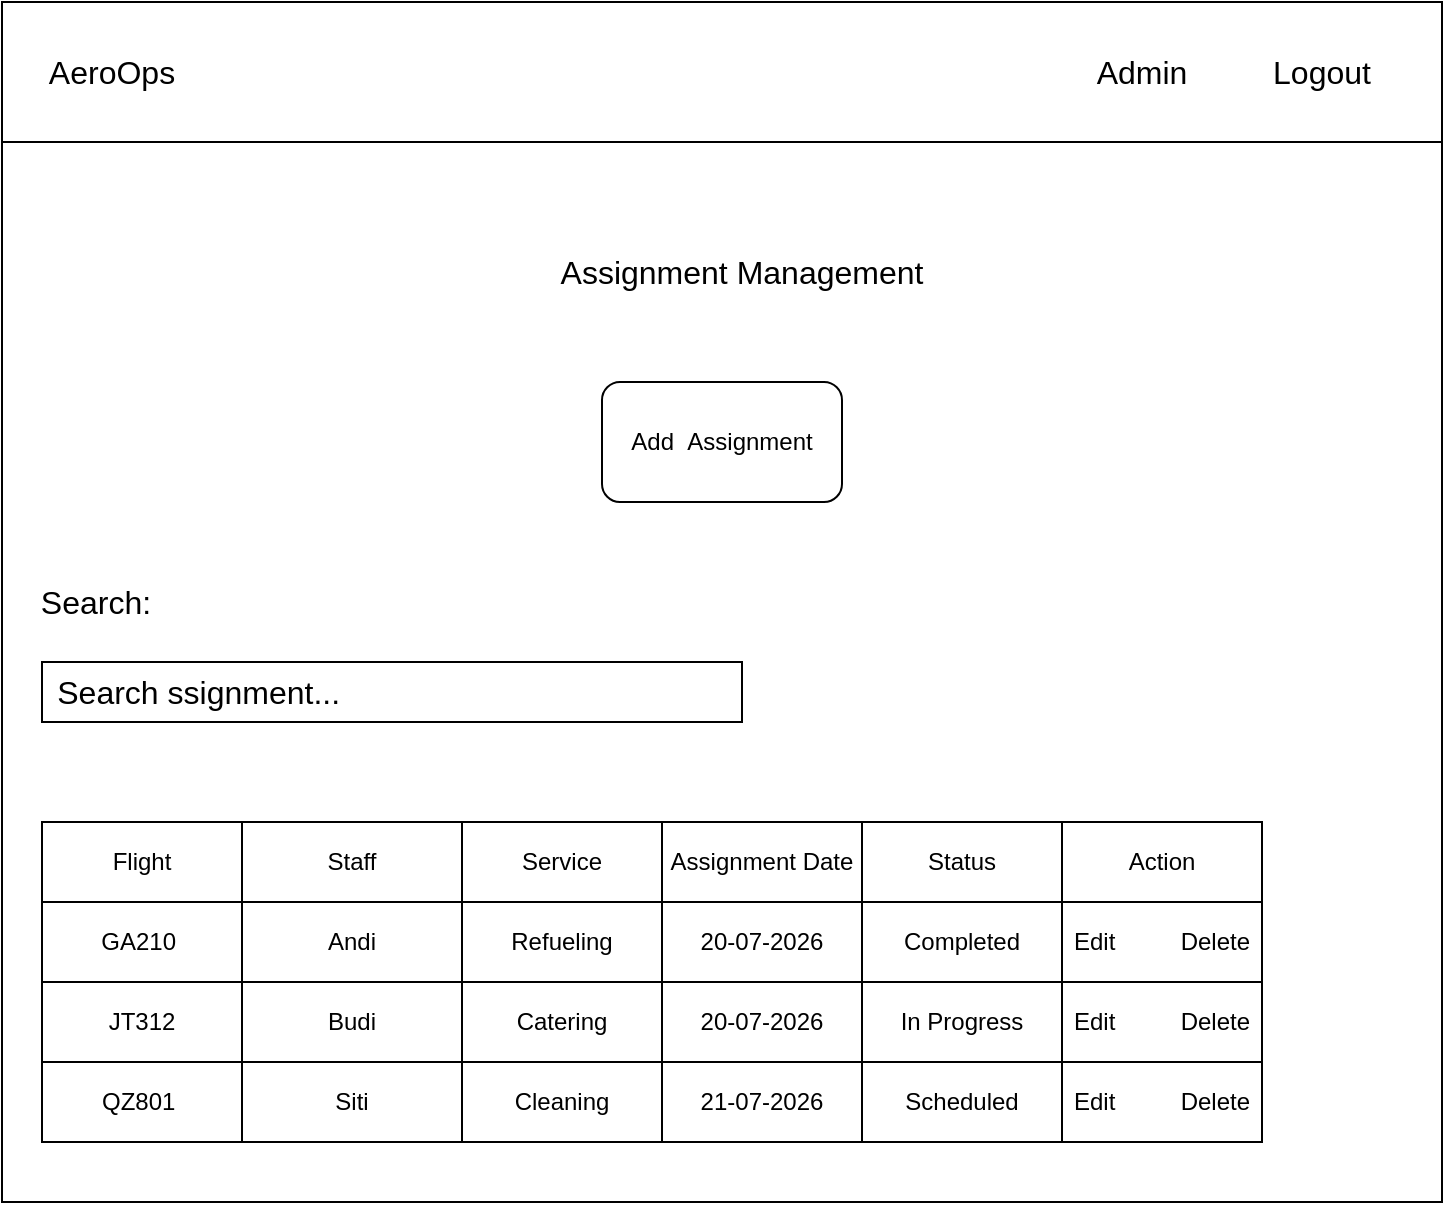
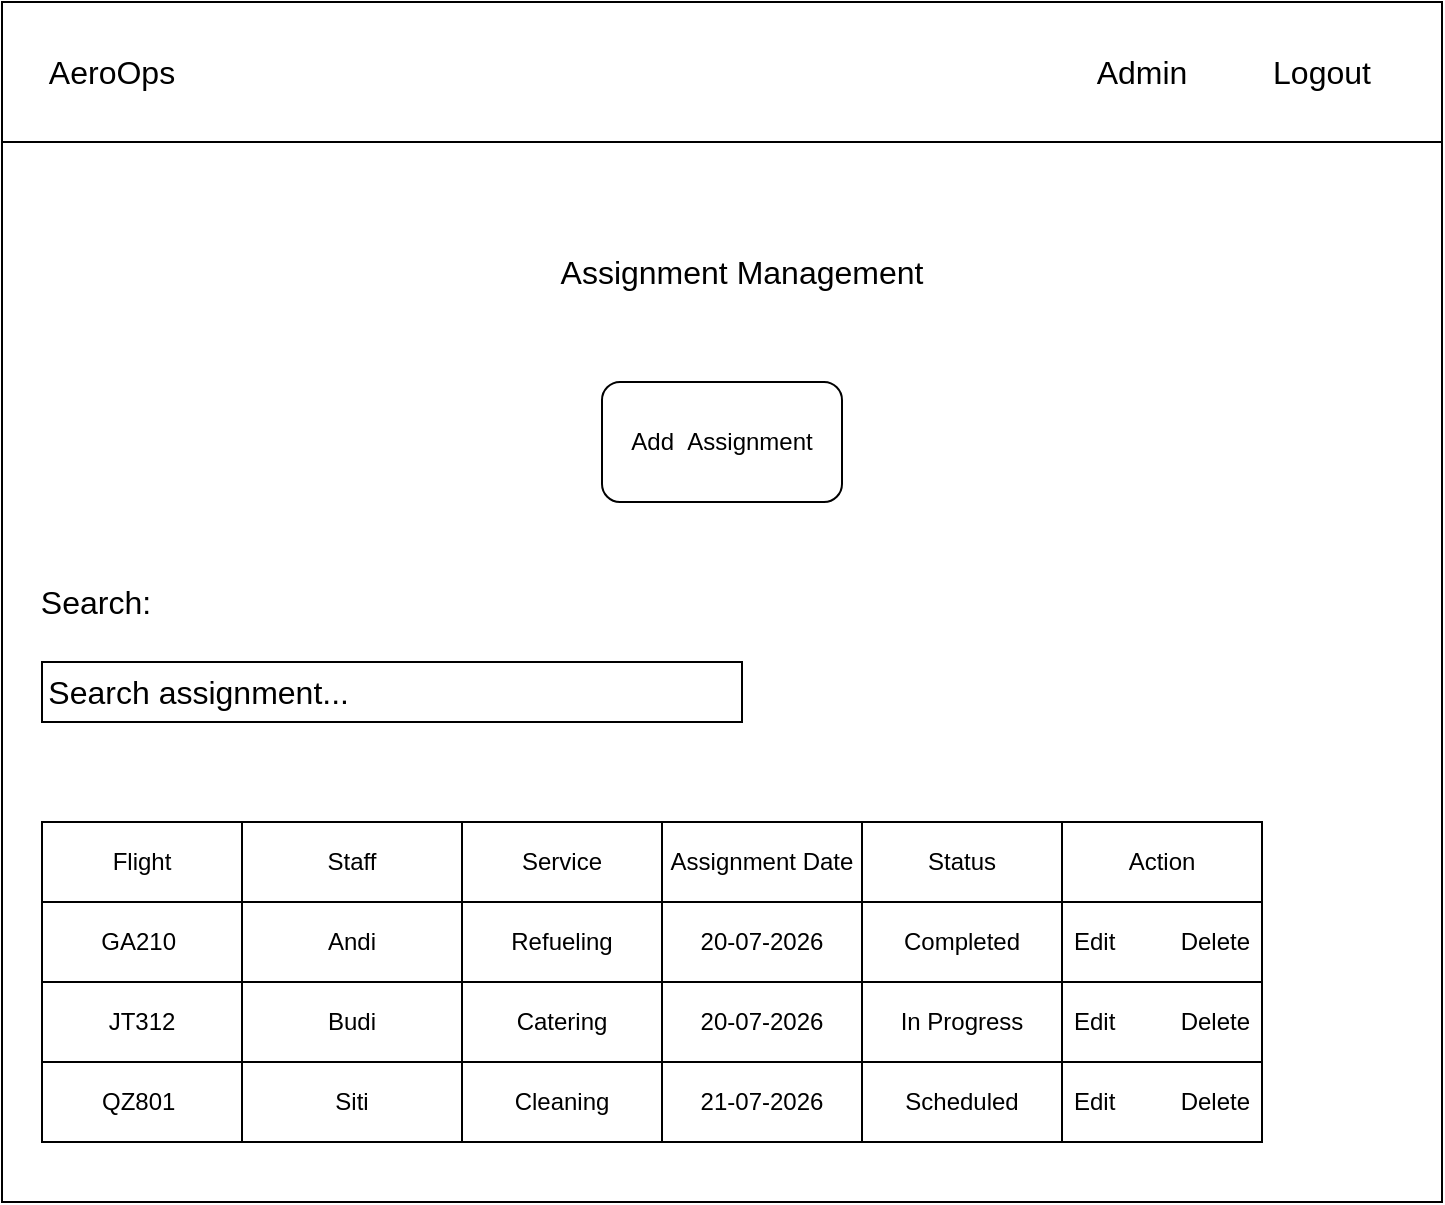
<mxfile host="app.diagrams.net">
  <diagram name="Halaman-1" id="_NUhRP5w-ACQEbJUJd4n">
-     <mxGraphModel dx="1610" dy="778" grid="1" gridSize="10" guides="1" tooltips="1" connect="1" arrows="1" fold="1" page="1" pageScale="1" pageWidth="827" pageHeight="1169" math="0" shadow="0">
+     <mxGraphModel dx="1073" dy="518" grid="1" gridSize="10" guides="1" tooltips="1" connect="1" arrows="1" fold="1" page="1" pageScale="1" pageWidth="827" pageHeight="1169" math="0" shadow="0">
      <root>
        <mxCell id="0" />
        <mxCell id="1" parent="0" />
        <mxCell id="yqWiH4eNqRKBRU3zEJru-1" parent="1" style="rounded=0;whiteSpace=wrap;html=1;" value="" vertex="1">
          <mxGeometry height="600" width="720" x="160" y="120" as="geometry" />
        </mxCell>
        <mxCell id="yqWiH4eNqRKBRU3zEJru-3" parent="1" style="shape=partialRectangle;whiteSpace=wrap;html=1;bottom=1;right=1;left=1;top=0;fillColor=none;routingCenterX=-0.5;" value="" vertex="1">
          <mxGeometry height="60" width="720" x="160" y="130" as="geometry" />
        </mxCell>
        <mxCell id="yqWiH4eNqRKBRU3zEJru-6" parent="1" style="text;html=1;whiteSpace=wrap;strokeColor=none;fillColor=none;align=center;verticalAlign=middle;rounded=0;fontSize=16;" value="AeroOps" vertex="1">
          <mxGeometry height="30" width="90" x="170" y="140" as="geometry" />
        </mxCell>
        <mxCell id="yqWiH4eNqRKBRU3zEJru-7" parent="1" style="text;html=1;whiteSpace=wrap;strokeColor=none;fillColor=none;align=center;verticalAlign=middle;rounded=0;fontSize=16;" value="Admin" vertex="1">
          <mxGeometry height="30" width="60" x="700" y="140" as="geometry" />
        </mxCell>
        <mxCell id="yqWiH4eNqRKBRU3zEJru-8" parent="1" style="text;html=1;whiteSpace=wrap;strokeColor=none;fillColor=none;align=center;verticalAlign=middle;rounded=0;fontSize=16;" value="Logout" vertex="1">
          <mxGeometry height="30" width="60" x="790" y="140" as="geometry" />
        </mxCell>
        <mxCell id="yqWiH4eNqRKBRU3zEJru-11" parent="1" style="text;html=1;whiteSpace=wrap;strokeColor=none;fillColor=none;align=center;verticalAlign=middle;rounded=0;fontSize=16;" value="&amp;nbsp; Assignment&amp;nbsp;Management" vertex="1">
          <mxGeometry height="30" width="180" x="440" y="230" as="geometry" />
        </mxCell>
        <mxCell id="yqWiH4eNqRKBRU3zEJru-17" parent="1" style="text;html=1;whiteSpace=wrap;strokeColor=none;fillColor=none;align=center;verticalAlign=middle;rounded=0;fontSize=16;" value="Search:" vertex="1">
          <mxGeometry height="30" width="70" x="172" y="405" as="geometry" />
        </mxCell>
        <mxCell id="yqWiH4eNqRKBRU3zEJru-129" parent="1" style="rounded=0;whiteSpace=wrap;html=1;" value="" vertex="1">
          <mxGeometry height="160" width="610" x="180" y="530" as="geometry" />
        </mxCell>
        <mxCell id="yqWiH4eNqRKBRU3zEJru-130" parent="1" style="rounded=0;whiteSpace=wrap;html=1;" value="&amp;nbsp;Flight&amp;nbsp;" vertex="1">
          <mxGeometry height="40" width="100" x="180" y="530" as="geometry" />
        </mxCell>
        <mxCell id="yqWiH4eNqRKBRU3zEJru-131" parent="1" style="rounded=0;whiteSpace=wrap;html=1;" value="Staff" vertex="1">
          <mxGeometry height="40" width="110" x="280" y="530" as="geometry" />
        </mxCell>
        <mxCell id="yqWiH4eNqRKBRU3zEJru-132" parent="1" style="rounded=0;whiteSpace=wrap;html=1;" value="Service" vertex="1">
          <mxGeometry height="40" width="100" x="390" y="530" as="geometry" />
        </mxCell>
        <mxCell id="yqWiH4eNqRKBRU3zEJru-133" parent="1" style="rounded=0;whiteSpace=wrap;html=1;" value="Status" vertex="1">
          <mxGeometry height="40" width="100" x="590" y="530" as="geometry" />
        </mxCell>
        <mxCell id="yqWiH4eNqRKBRU3zEJru-134" parent="1" style="rounded=0;whiteSpace=wrap;html=1;" value="GA210&amp;nbsp;" vertex="1">
          <mxGeometry height="40" width="100" x="180" y="570" as="geometry" />
        </mxCell>
        <mxCell id="yqWiH4eNqRKBRU3zEJru-135" parent="1" style="rounded=0;whiteSpace=wrap;html=1;" value="JT312" vertex="1">
          <mxGeometry height="40" width="100" x="180" y="610" as="geometry" />
        </mxCell>
        <mxCell id="yqWiH4eNqRKBRU3zEJru-136" parent="1" style="rounded=0;whiteSpace=wrap;html=1;" value="Andi" vertex="1">
          <mxGeometry height="40" width="110" x="280" y="570" as="geometry" />
        </mxCell>
        <mxCell id="yqWiH4eNqRKBRU3zEJru-137" parent="1" style="rounded=0;whiteSpace=wrap;html=1;" value="Refueling" vertex="1">
          <mxGeometry height="40" width="100" x="390" y="570" as="geometry" />
        </mxCell>
        <mxCell id="yqWiH4eNqRKBRU3zEJru-139" parent="1" style="rounded=0;whiteSpace=wrap;html=1;" value="Budi" vertex="1">
          <mxGeometry height="40" width="110" x="280" y="610" as="geometry" />
        </mxCell>
        <mxCell id="yqWiH4eNqRKBRU3zEJru-140" parent="1" style="rounded=0;whiteSpace=wrap;html=1;" value="Catering" vertex="1">
          <mxGeometry height="40" width="100" x="390" y="610" as="geometry" />
        </mxCell>
        <mxCell id="yqWiH4eNqRKBRU3zEJru-152" parent="1" style="rounded=1;whiteSpace=wrap;html=1;" value="Add&amp;nbsp;&amp;nbsp;Assignment" vertex="1">
          <mxGeometry height="60" width="120" x="460" y="310" as="geometry" />
        </mxCell>
        <mxCell id="yqWiH4eNqRKBRU3zEJru-154" parent="1" style="rounded=0;whiteSpace=wrap;html=1;" value="" vertex="1">
          <mxGeometry height="30" width="350" x="180" y="450" as="geometry" />
        </mxCell>
-         <mxCell id="yqWiH4eNqRKBRU3zEJru-155" parent="1" style="text;html=1;whiteSpace=wrap;strokeColor=none;fillColor=none;align=center;verticalAlign=middle;rounded=0;fontSize=16;" value="Search ssignment...&amp;nbsp; &amp;nbsp;" vertex="1">
+         <mxCell id="yqWiH4eNqRKBRU3zEJru-155" parent="1" style="text;html=1;whiteSpace=wrap;strokeColor=none;fillColor=none;align=center;verticalAlign=middle;rounded=0;fontSize=16;" value="Search assignment...&amp;nbsp; &amp;nbsp;" vertex="1">
          <mxGeometry height="30" width="210" x="160" y="450" as="geometry" />
        </mxCell>
        <mxCell id="yqWiH4eNqRKBRU3zEJru-156" parent="1" style="rounded=0;whiteSpace=wrap;html=1;" value="QZ801&amp;nbsp;" vertex="1">
          <mxGeometry height="40" width="100" x="180" y="650" as="geometry" />
        </mxCell>
        <mxCell id="yqWiH4eNqRKBRU3zEJru-157" parent="1" style="rounded=0;whiteSpace=wrap;html=1;" value="Siti" vertex="1">
          <mxGeometry height="40" width="110" x="280" y="650" as="geometry" />
        </mxCell>
        <mxCell id="yqWiH4eNqRKBRU3zEJru-158" parent="1" style="rounded=0;whiteSpace=wrap;html=1;" value="Cleaning" vertex="1">
          <mxGeometry height="40" width="100" x="390" y="650" as="geometry" />
        </mxCell>
        <mxCell id="yqWiH4eNqRKBRU3zEJru-160" parent="1" style="rounded=0;whiteSpace=wrap;html=1;" value="Action" vertex="1">
          <mxGeometry height="40" width="100" x="690" y="530" as="geometry" />
        </mxCell>
        <mxCell id="yqWiH4eNqRKBRU3zEJru-162" parent="1" style="rounded=0;whiteSpace=wrap;html=1;" value="Completed" vertex="1">
          <mxGeometry height="40" width="100" x="590" y="570" as="geometry" />
        </mxCell>
        <mxCell id="yqWiH4eNqRKBRU3zEJru-163" parent="1" style="rounded=0;whiteSpace=wrap;html=1;" value="In Progress" vertex="1">
          <mxGeometry height="40" width="100" x="590" y="610" as="geometry" />
        </mxCell>
        <mxCell id="yqWiH4eNqRKBRU3zEJru-164" parent="1" style="rounded=0;whiteSpace=wrap;html=1;" value="Scheduled" vertex="1">
          <mxGeometry height="40" width="100" x="590" y="650" as="geometry" />
        </mxCell>
        <mxCell id="yqWiH4eNqRKBRU3zEJru-165" parent="1" style="rounded=0;whiteSpace=wrap;html=1;" value="Edit&lt;span style=&quot;white-space: pre;&quot;&gt;&#x9;&lt;/span&gt;&lt;span style=&quot;white-space: pre;&quot;&gt;&#x9;&lt;/span&gt;Delete" vertex="1">
          <mxGeometry height="40" width="100" x="690" y="570" as="geometry" />
        </mxCell>
        <mxCell id="yqWiH4eNqRKBRU3zEJru-166" parent="1" style="rounded=0;whiteSpace=wrap;html=1;" value="Edit&lt;span style=&quot;white-space: pre;&quot;&gt;&#x9;&lt;/span&gt;&lt;span style=&quot;white-space: pre;&quot;&gt;&#x9;&lt;/span&gt;Delete" vertex="1">
          <mxGeometry height="40" width="100" x="690" y="610" as="geometry" />
        </mxCell>
        <mxCell id="yqWiH4eNqRKBRU3zEJru-167" parent="1" style="rounded=0;whiteSpace=wrap;html=1;" value="Edit&lt;span style=&quot;white-space: pre;&quot;&gt;&#x9;&lt;/span&gt;&lt;span style=&quot;white-space: pre;&quot;&gt;&#x9;&lt;/span&gt;Delete" vertex="1">
          <mxGeometry height="40" width="100" x="690" y="650" as="geometry" />
        </mxCell>
        <mxCell id="dxc6rt-3fTWkY4efcCh0-1" parent="1" style="rounded=0;whiteSpace=wrap;html=1;" value="Assignment Date" vertex="1">
          <mxGeometry height="40" width="100" x="490" y="530" as="geometry" />
        </mxCell>
        <mxCell id="dxc6rt-3fTWkY4efcCh0-2" parent="1" style="rounded=0;whiteSpace=wrap;html=1;" value="20-07-2026" vertex="1">
          <mxGeometry height="40" width="100" x="490" y="570" as="geometry" />
        </mxCell>
        <mxCell id="dxc6rt-3fTWkY4efcCh0-3" parent="1" style="rounded=0;whiteSpace=wrap;html=1;" value="20-07-2026" vertex="1">
          <mxGeometry height="40" width="100" x="490" y="610" as="geometry" />
        </mxCell>
        <mxCell id="dxc6rt-3fTWkY4efcCh0-4" parent="1" style="rounded=0;whiteSpace=wrap;html=1;" value="21-07-2026" vertex="1">
          <mxGeometry height="40" width="100" x="490" y="650" as="geometry" />
        </mxCell>
      </root>
    </mxGraphModel>
  </diagram>
</mxfile>
